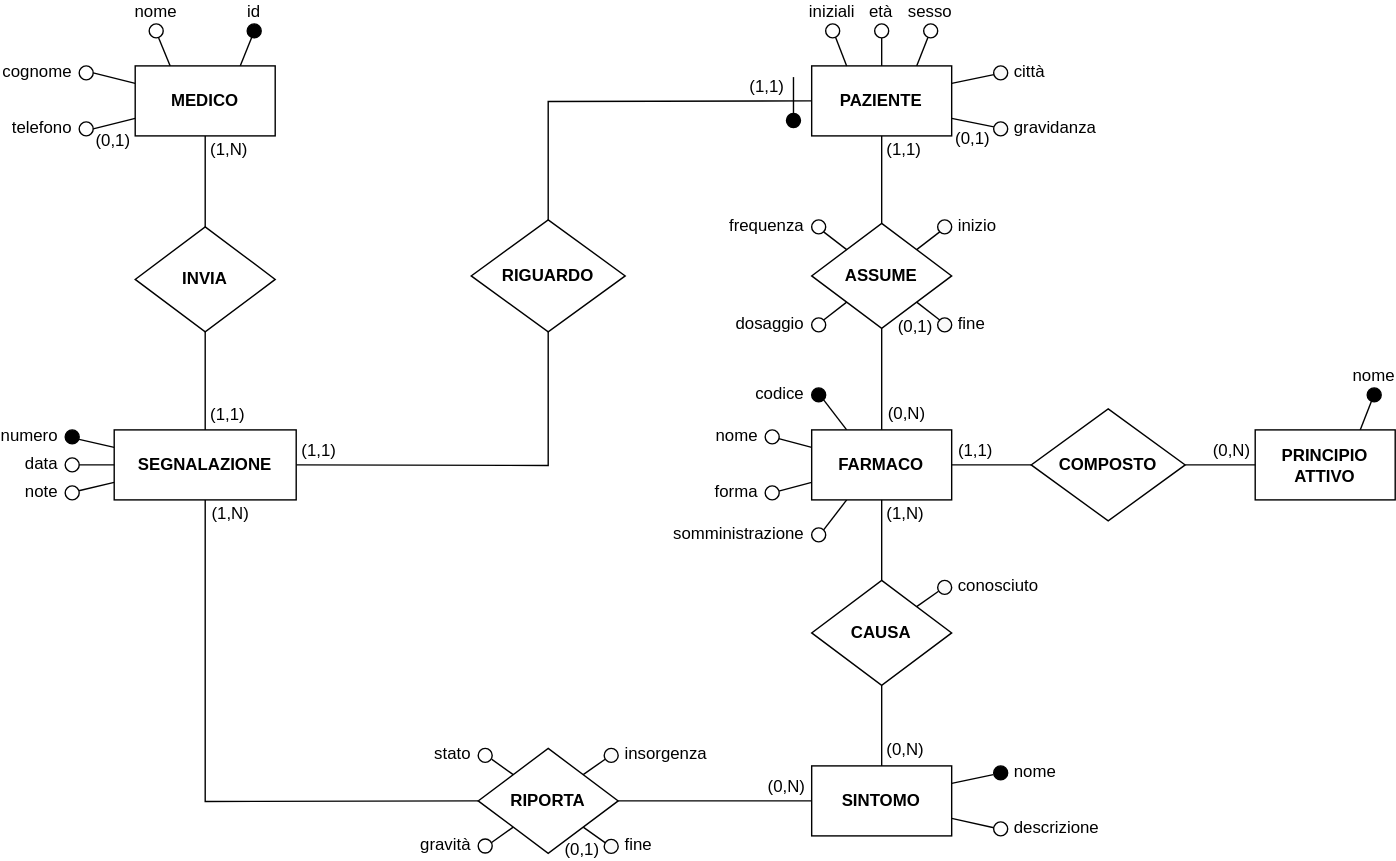
This is schematics/diagrams.svg from MatteoCarnelos/DB-SEA, a draw.io export, as it was before one commit. Source tidied: cells renumbered, new cells last; positions are measured from the earlier drawing's top-left corner, leaving out a move shared by most shapes.
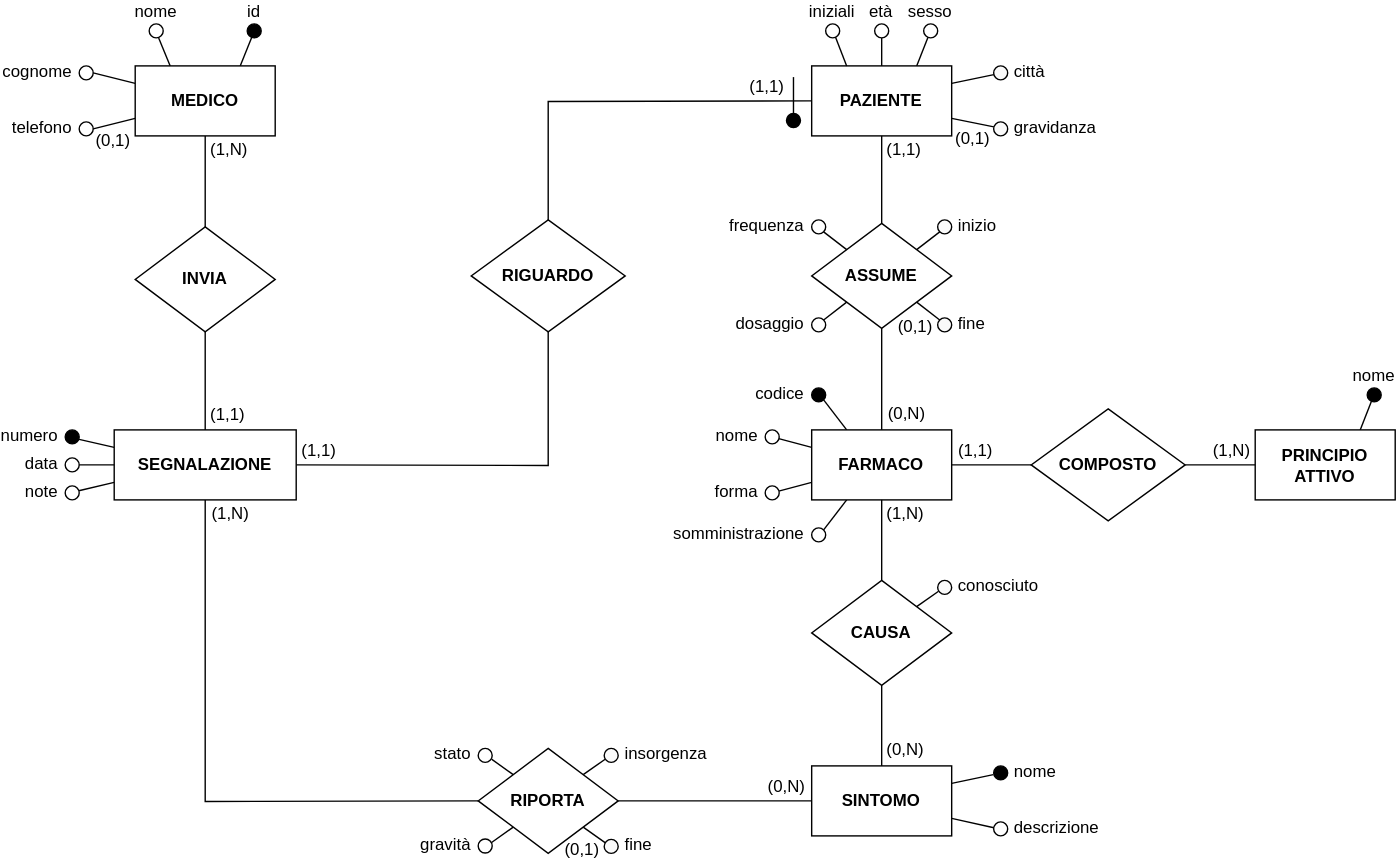
After the change.

The edit, as a diff of the source:
```diff
@@ -221,7 +221,7 @@
     <mxCell id="66" style="edgeStyle=none;rounded=0;jettySize=auto;html=1;exitX=1;exitY=0.5;exitDx=0;exitDy=0;entryX=0;entryY=0.5;entryDx=0;entryDy=0;endArrow=none;endFill=0;" parent="1" edge="1" source="68" target="63">
       <mxGeometry relative="1" as="geometry" />
     </mxCell>
-    <mxCell id="67" value="(0,N)" style="text;html=1;align=center;verticalAlign=bottom;labelBackgroundColor=#ffffff;labelPosition=center;verticalLabelPosition=top;spacing=4;" parent="66" vertex="1">
+    <mxCell id="67" value="(1,N)" style="text;html=1;align=center;verticalAlign=bottom;labelBackgroundColor=#ffffff;labelPosition=center;verticalLabelPosition=top;spacing=4;" parent="66" vertex="1">
       <mxGeometry x="0.08" relative="1" as="geometry">
         <mxPoint x="5.1" as="offset" />
       </mxGeometry>
```
